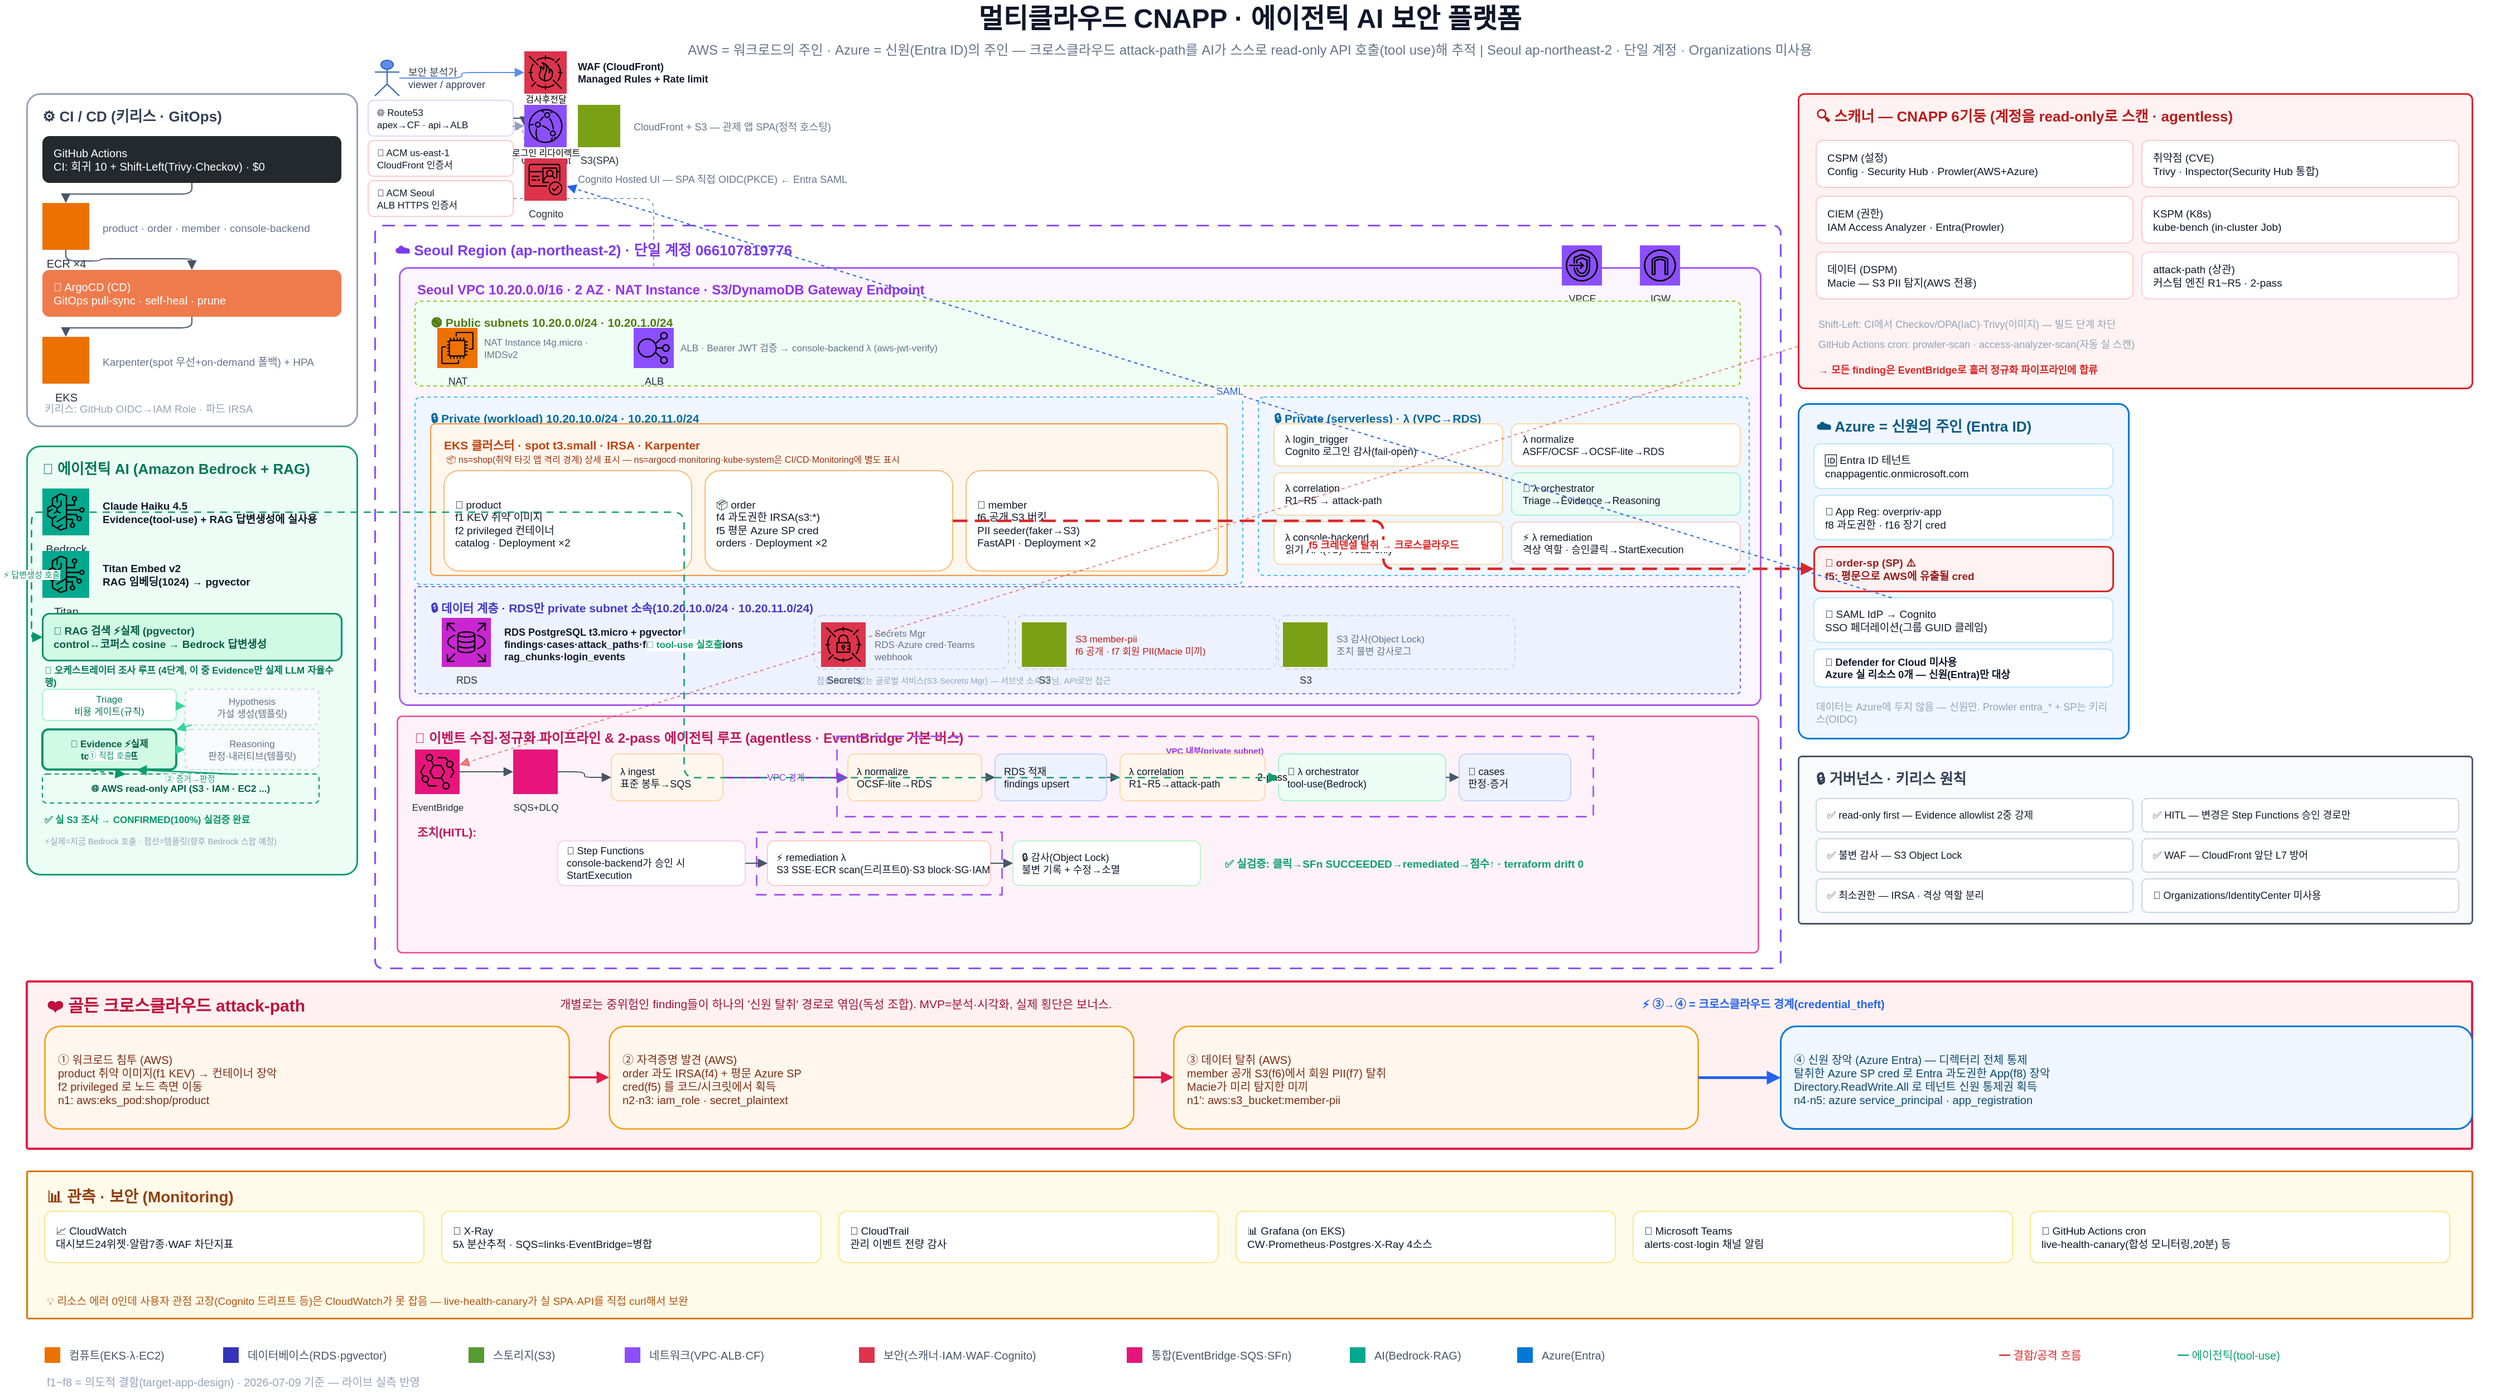
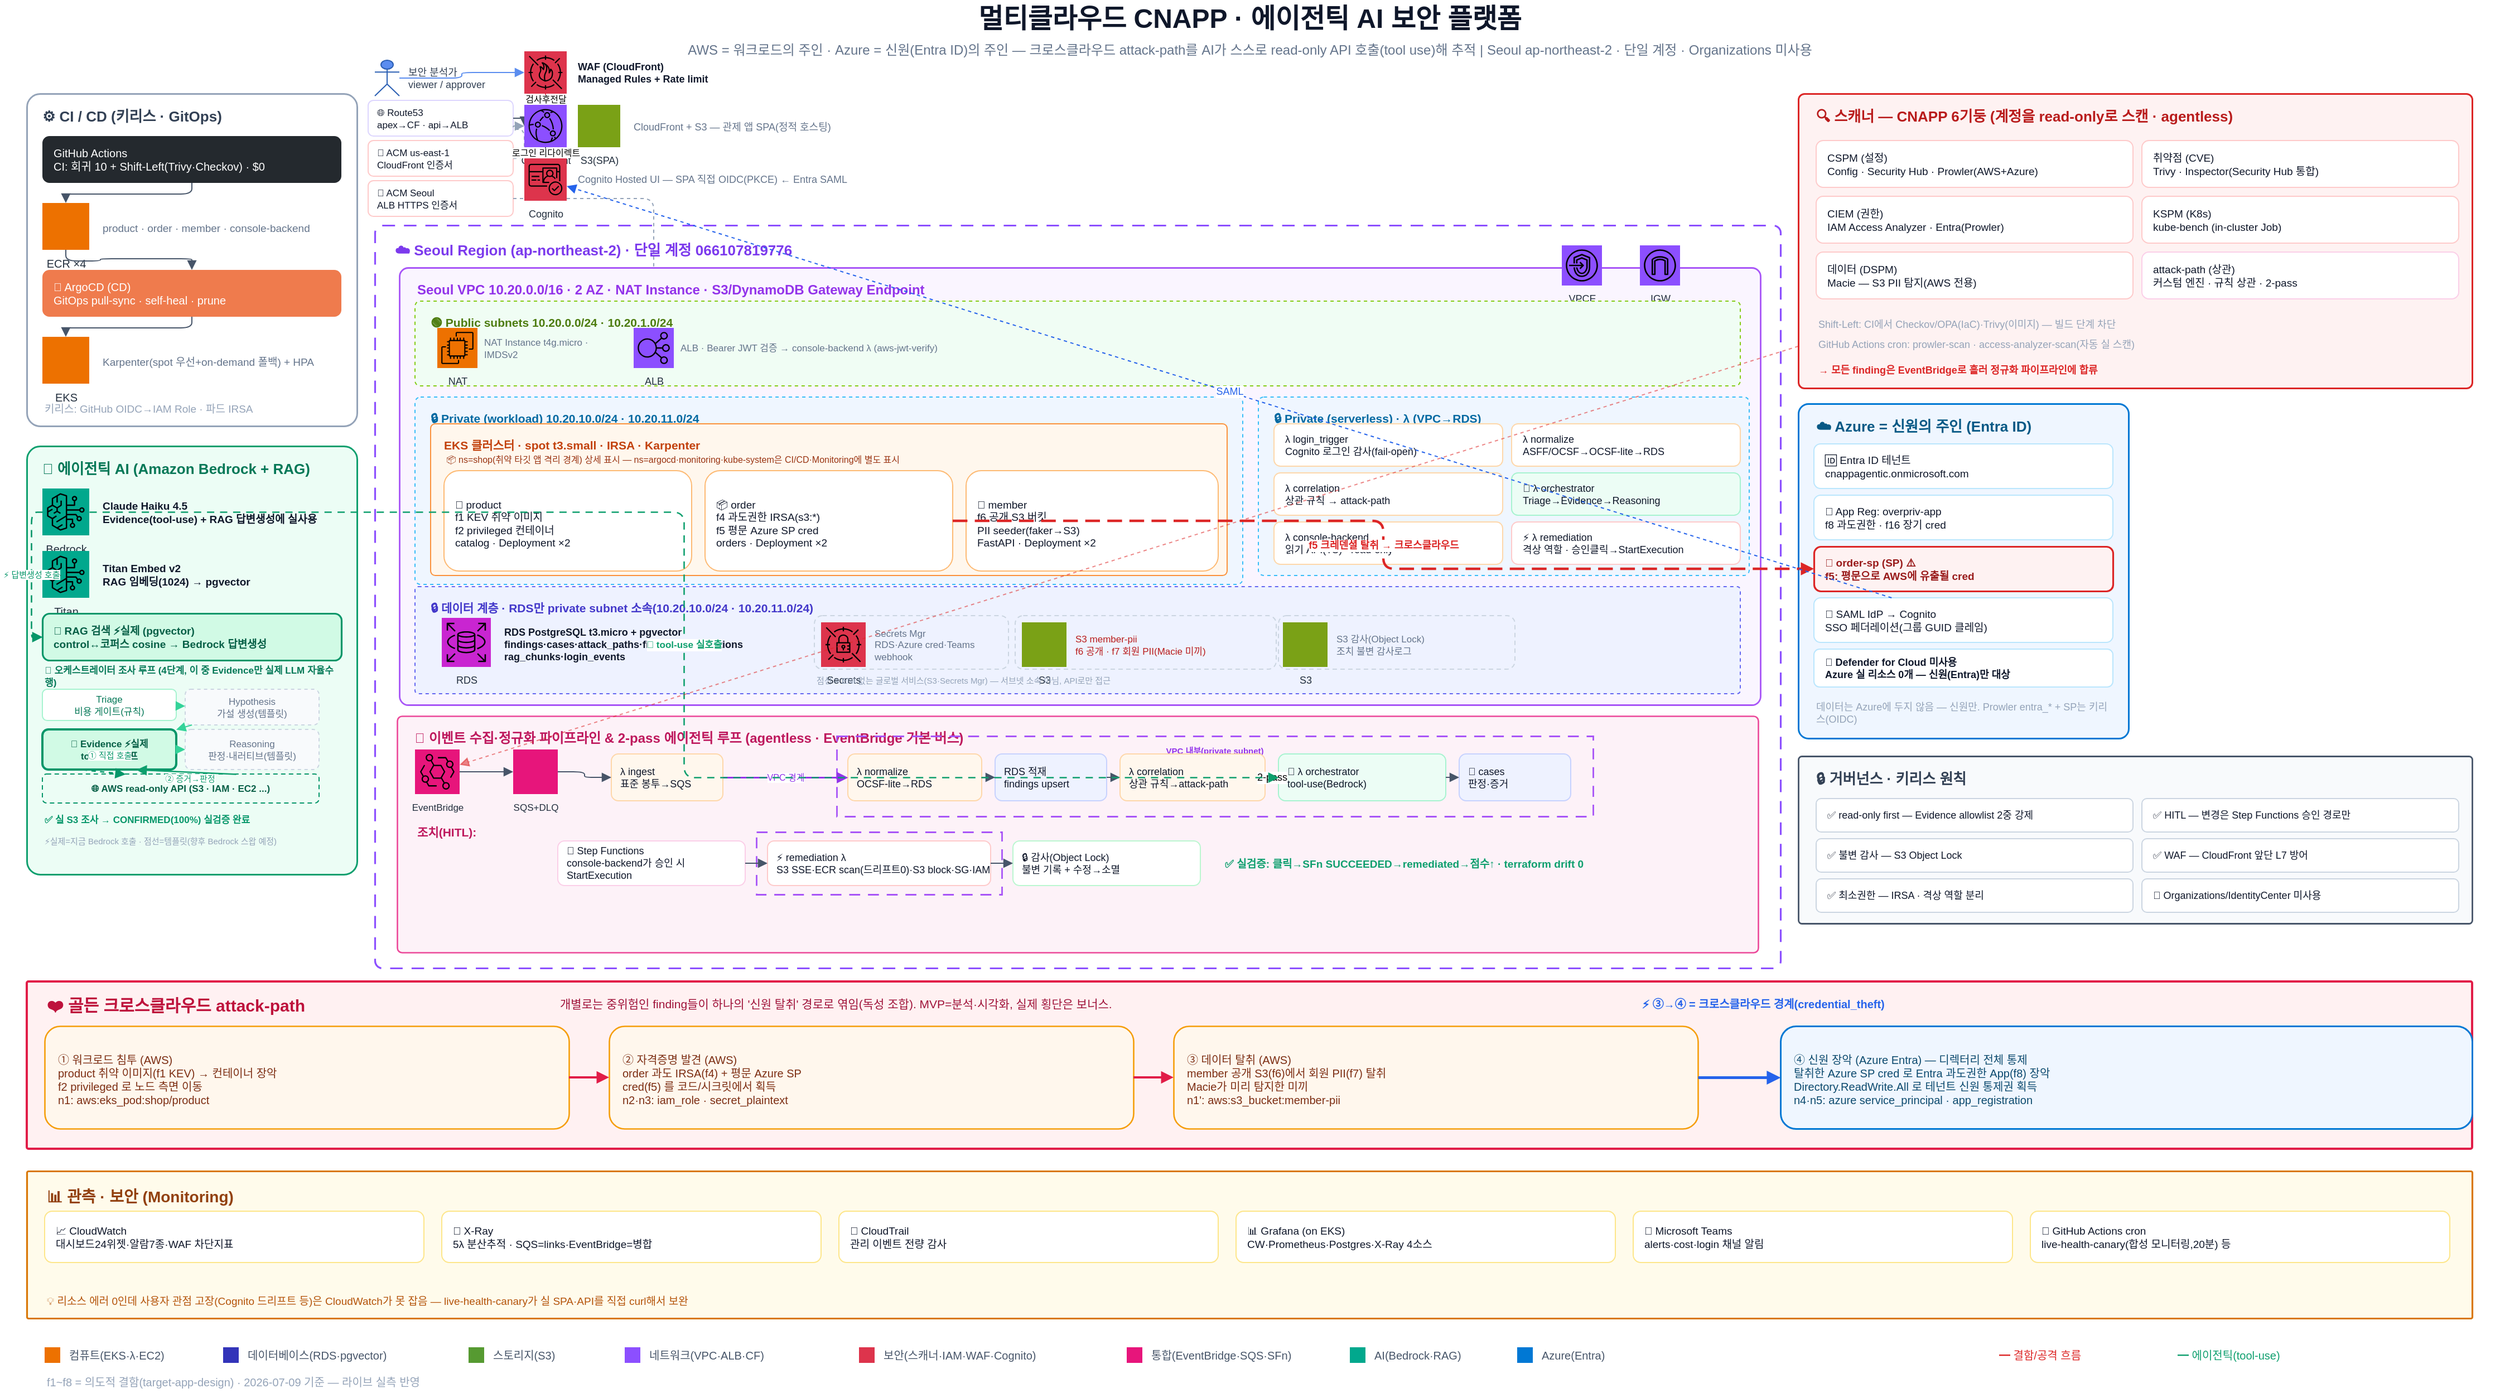
<mxfile host="Electron" agent="claude-code">
  <diagram id="cnapp-overview-v2" name="CNAPP 전체 개요">
    <mxGraphModel dx="544" dy="323" grid="1" gridSize="10" guides="1" tooltips="1" connect="1" arrows="1" fold="1" page="1" pageScale="1" pageWidth="2240" pageHeight="1260" math="0" shadow="0">
      <root>
        <mxCell id="0" />
        <mxCell id="1" parent="0" />
        <mxCell id="title" parent="1" style="text;html=1;fontSize=24;fontStyle=1;align=center;verticalAlign=middle;fontColor=#0F172A;" value="멀티클라우드 CNAPP · 에이전틱 AI 보안 플랫폼" vertex="1">
          <mxGeometry height="34" width="2240" y="4" as="geometry" />
        </mxCell>
        <mxCell id="subtitle" parent="1" style="text;html=1;fontSize=12;align=center;verticalAlign=middle;fontColor=#64748B;" value="AWS = 워크로드의 주인 · Azure = 신원(Entra ID)의 주인 — 크로스클라우드 attack-path를 AI가 스스로 read-only API 호출(tool use)해 추적 | Seoul ap-northeast-2 · 단일 계정 · Organizations 미사용" vertex="1">
          <mxGeometry height="22" width="2240" y="38" as="geometry" />
        </mxCell>
        <mxCell id="Z_CICD" parent="1" style="rounded=1;arcSize=4;whiteSpace=wrap;html=1;fillColor=#FFFFFF;strokeColor=#94A3B8;strokeWidth=1.5;verticalAlign=top;align=left;spacingLeft=12;spacingTop=6;fontStyle=1;fontSize=13;fontColor=#334155;" value="⚙️ CI / CD  (키리스 · GitOps)" vertex="1">
          <mxGeometry height="298" width="296" x="24" y="88" as="geometry" />
        </mxCell>
        <mxCell id="GHA" parent="1" style="rounded=1;whiteSpace=wrap;html=1;fillColor=#24292E;strokeColor=none;fontColor=#FFFFFF;fontSize=10;align=left;spacingLeft=8;" value="GitHub Actions&#xa;CI: 회귀 10 + Shift-Left(Trivy·Checkov) · $0" vertex="1">
          <mxGeometry height="42" width="268" x="38" y="126" as="geometry" />
        </mxCell>
        <mxCell id="ECR" parent="1" style="sketch=0;outlineConnect=0;fontColor=#232F3E;gradientColor=none;fillColor=#ED7100;strokeColor=none;verticalLabelPosition=bottom;verticalAlign=top;align=center;html=1;fontSize=10;aspect=fixed;shape=mxgraph.aws4.resourceIcon;resIcon=mxgraph.aws4.elastic_container_registry;" value="ECR ×4" vertex="1">
          <mxGeometry height="42" width="42" x="38" y="186" as="geometry" />
        </mxCell>
        <mxCell id="ECR_TXT" parent="1" style="text;html=1;whiteSpace=wrap;align=left;verticalAlign=middle;fontSize=9.5;fontColor=#64748B;" value="product · order · member · console-backend" vertex="1">
          <mxGeometry height="24" width="216" x="90" y="196" as="geometry" />
        </mxCell>
        <mxCell id="ARGO" parent="1" style="rounded=1;whiteSpace=wrap;html=1;fillColor=#EF7B4D;strokeColor=none;fontColor=#FFFFFF;fontSize=10;align=left;spacingLeft=8;" value="🚢 ArgoCD (CD)&#xa;GitOps pull-sync · self-heal · prune" vertex="1">
          <mxGeometry height="42" width="268" x="38" y="246" as="geometry" />
        </mxCell>
        <mxCell id="EKS" parent="1" style="sketch=0;outlineConnect=0;fontColor=#232F3E;gradientColor=none;fillColor=#ED7100;strokeColor=none;verticalLabelPosition=bottom;verticalAlign=top;align=center;html=1;fontSize=10;aspect=fixed;shape=mxgraph.aws4.resourceIcon;resIcon=mxgraph.aws4.elastic_kubernetes_service;" value="EKS" vertex="1">
          <mxGeometry height="42" width="42" x="38" y="306" as="geometry" />
        </mxCell>
        <mxCell id="EKS_TXT" parent="1" style="text;html=1;whiteSpace=wrap;align=left;verticalAlign=middle;fontSize=9.5;fontColor=#64748B;" value="Karpenter(spot 우선+on-demand 폴백) + HPA" vertex="1">
          <mxGeometry height="24" width="216" x="90" y="316" as="geometry" />
        </mxCell>
        <mxCell id="CICD_NOTE" parent="1" style="text;html=1;whiteSpace=wrap;align=left;verticalAlign=middle;fontSize=9.5;fontColor=#94A3B8;" value="키리스: GitHub OIDC→IAM Role · 파드 IRSA" vertex="1">
          <mxGeometry height="20" width="268" x="38" y="360" as="geometry" />
        </mxCell>
        <mxCell id="e_c1" edge="1" parent="1" source="GHA" style="edgeStyle=orthogonalEdgeStyle;rounded=1;html=1;endArrow=block;strokeColor=#475569;" target="ECR">
          <mxGeometry relative="1" as="geometry" />
        </mxCell>
        <mxCell id="e_c2" edge="1" parent="1" source="ECR" style="edgeStyle=orthogonalEdgeStyle;rounded=1;html=1;endArrow=block;strokeColor=#475569;" target="ARGO">
          <mxGeometry relative="1" as="geometry" />
        </mxCell>
        <mxCell id="e_c3" edge="1" parent="1" source="ARGO" style="edgeStyle=orthogonalEdgeStyle;rounded=1;html=1;endArrow=block;strokeColor=#475569;" target="EKS">
          <mxGeometry relative="1" as="geometry" />
        </mxCell>
        <mxCell id="Z_AI" parent="1" style="rounded=1;arcSize=4;whiteSpace=wrap;html=1;fillColor=#ECFDF5;strokeColor=#0E9F6E;strokeWidth=1.5;verticalAlign=top;align=left;spacingLeft=12;spacingTop=6;fontStyle=1;fontSize=13;fontColor=#047857;" value="🧠 에이전틱 AI  (Amazon Bedrock + RAG)" vertex="1">
          <mxGeometry height="384" width="296" x="24" y="404" as="geometry" />
        </mxCell>
        <mxCell id="BR" parent="1" style="sketch=0;outlineConnect=0;fontColor=#232F3E;gradientColor=none;fillColor=#01A88D;strokeColor=none;verticalLabelPosition=bottom;verticalAlign=top;align=center;html=1;fontSize=10;aspect=fixed;shape=mxgraph.aws4.resourceIcon;resIcon=mxgraph.aws4.bedrock;" value="Bedrock" vertex="1">
          <mxGeometry height="42" width="42" x="38" y="442" as="geometry" />
        </mxCell>
        <mxCell id="BR_TXT" parent="1" style="text;html=1;whiteSpace=wrap;align=left;verticalAlign=middle;fontSize=9.5;fontColor=#0F172A;fontStyle=1;" value="Claude Haiku 4.5&#xa;Evidence(tool-use) + RAG 답변생성에 실사용" vertex="1">
          <mxGeometry height="46" width="216" x="90" y="440" as="geometry" />
        </mxCell>
        <mxCell id="TITAN" parent="1" style="sketch=0;outlineConnect=0;fontColor=#232F3E;gradientColor=none;fillColor=#01A88D;strokeColor=none;verticalLabelPosition=bottom;verticalAlign=top;align=center;html=1;fontSize=10;aspect=fixed;shape=mxgraph.aws4.resourceIcon;resIcon=mxgraph.aws4.bedrock;" value="Titan" vertex="1">
          <mxGeometry height="42" width="42" x="38" y="498" as="geometry" />
        </mxCell>
        <mxCell id="TITAN_TXT" parent="1" style="text;html=1;whiteSpace=wrap;align=left;verticalAlign=middle;fontSize=9.5;fontColor=#0F172A;fontStyle=1;" value="Titan Embed v2&#xa;RAG 임베딩(1024) → pgvector" vertex="1">
          <mxGeometry height="38" width="216" x="90" y="500" as="geometry" />
        </mxCell>
        <mxCell id="RAGBOX" parent="1" style="rounded=1;whiteSpace=wrap;html=1;fillColor=#D1FAE5;strokeColor=#059669;strokeWidth=1.6;fontColor=#065F46;fontStyle=1;fontSize=9.5;align=left;spacingLeft=8;" value="🔎 RAG 검색 ⚡실제 (pgvector)&#xa;control↔코퍼스 cosine → Bedrock 답변생성" vertex="1">
          <mxGeometry height="42" width="268" x="38" y="554" as="geometry" />
        </mxCell>
        <mxCell id="AI_LOOP_TITLE" parent="1" style="text;html=1;whiteSpace=wrap;align=left;verticalAlign=middle;fontSize=8.5;fontStyle=1;fontColor=#047857;" value="🔁 오케스트레이터 조사 루프 (4단계, 이 중 Evidence만 실제 LLM 자율수행)" vertex="1">
          <mxGeometry height="16" width="268" x="38" y="602" as="geometry" />
        </mxCell>
        <mxCell id="AI_TRIAGE" parent="1" style="rounded=1;whiteSpace=wrap;html=1;fillColor=#FFFFFF;strokeColor=#A7F3D0;fontColor=#047857;fontSize=8.5;align=center;verticalAlign=middle;" value="Triage&#xa;비용 게이트(규칙)" vertex="1">
          <mxGeometry height="28" width="120" x="38" y="622" as="geometry" />
        </mxCell>
        <mxCell id="AI_HYPO" parent="1" style="rounded=1;whiteSpace=wrap;html=1;fillColor=#F8FAFC;strokeColor=#CBD5E1;dashed=1;fontColor=#64748B;fontSize=8.5;align=center;verticalAlign=middle;" value="Hypothesis&#xa;가설 생성(템플릿)" vertex="1">
          <mxGeometry height="32" width="120" x="166" y="622" as="geometry" />
        </mxCell>
        <mxCell id="AI_EVID" parent="1" style="rounded=1;whiteSpace=wrap;html=1;fillColor=#D1FAE5;strokeColor=#059669;strokeWidth=2;fontStyle=1;fontColor=#065F46;fontSize=8.5;align=center;verticalAlign=middle;" value="🔧 Evidence ⚡실제&#xa;tool-use 루프" vertex="1">
          <mxGeometry height="36" width="120" x="38" y="658" as="geometry" />
        </mxCell>
        <mxCell id="AI_REASON" parent="1" style="rounded=1;whiteSpace=wrap;html=1;fillColor=#F8FAFC;strokeColor=#CBD5E1;dashed=1;fontColor=#64748B;fontSize=8.5;align=center;verticalAlign=middle;" value="Reasoning&#xa;판정·내러티브(템플릿)" vertex="1">
          <mxGeometry height="36" width="120" x="166" y="658" as="geometry" />
        </mxCell>
        <mxCell id="e_loop1" edge="1" parent="1" source="AI_TRIAGE" style="edgeStyle=none;rounded=0;html=1;endArrow=block;strokeColor=#34D399;strokeWidth=1;" target="AI_HYPO">
          <mxGeometry relative="1" as="geometry" />
        </mxCell>
        <mxCell id="e_loop2" edge="1" parent="1" source="AI_HYPO" style="edgeStyle=none;rounded=0;html=1;endArrow=block;strokeColor=#34D399;strokeWidth=1;" target="AI_EVID">
          <mxGeometry relative="1" as="geometry" />
        </mxCell>
        <mxCell id="e_loop3" edge="1" parent="1" source="AI_EVID" style="edgeStyle=none;rounded=0;html=1;endArrow=block;strokeColor=#34D399;strokeWidth=1;" target="AI_REASON">
          <mxGeometry relative="1" as="geometry" />
        </mxCell>
        <mxCell id="AI_TOOLTARGET" parent="1" style="rounded=1;whiteSpace=wrap;html=1;fillColor=#ECFDF5;strokeColor=#059669;dashed=1;dashPattern=4 3;fontStyle=1;fontColor=#065F46;fontSize=8.5;align=center;verticalAlign=middle;" value="🌐 AWS read-only API (S3 · IAM · EC2 ...)" vertex="1">
          <mxGeometry height="26" width="248" x="38" y="698" as="geometry" />
        </mxCell>
        <mxCell id="e_toolcall" edge="1" parent="1" source="AI_EVID" style="edgeStyle=none;curved=1;rounded=0;html=1;endArrow=block;dashed=1;strokeColor=#059669;strokeWidth=1.3;fontSize=7.5;fontColor=#059669;exitX=0.3;exitY=1;exitDx=0;exitDy=0;entryX=0.3;entryY=0;entryDx=0;entryDy=0;" target="AI_TOOLTARGET" value="① 직접 호출">
          <mxGeometry relative="1" x="0.1938" y="15" as="geometry">
            <mxPoint as="offset" />
          </mxGeometry>
        </mxCell>
        <mxCell id="e_toolback" edge="1" parent="1" source="AI_TOOLTARGET" style="edgeStyle=none;curved=1;rounded=0;html=1;endArrow=block;strokeColor=#0E9F6E;strokeWidth=1.3;fontSize=7.5;fontColor=#0E9F6E;exitX=0.7;exitY=0;exitDx=0;exitDy=0;entryX=0.7;entryY=1;entryDx=0;entryDy=0;" target="AI_EVID" value="② 증거→판정">
          <mxGeometry relative="1" x="-0.0827" y="6" as="geometry">
            <mxPoint as="offset" />
          </mxGeometry>
        </mxCell>
        <mxCell id="AI_VALID" parent="1" style="text;html=1;whiteSpace=wrap;align=left;verticalAlign=middle;fontSize=8.5;fontStyle=1;fontColor=#059669;" value="✅ 실 S3 조사 → CONFIRMED(100%) 실검증 완료" vertex="1">
          <mxGeometry height="18" width="268" x="38" y="730" as="geometry" />
        </mxCell>
        <mxCell id="AI_LEGEND" parent="1" style="text;html=1;whiteSpace=wrap;align=left;verticalAlign=middle;fontSize=7.5;fontColor=#94A3B8;" value="⚡실제=지금 Bedrock 호출 · 점선=템플릿(향후 Bedrock 스왑 예정)" vertex="1">
          <mxGeometry height="16" width="268" x="38" y="750" as="geometry" />
        </mxCell>
        <mxCell id="e_br_rag" edge="1" parent="1" source="BR" target="RAGBOX" value="⚡ 답변생성 호출" style="edgeStyle=orthogonalEdgeStyle;rounded=1;html=1;endArrow=block;dashed=1;dashPattern=5 4;strokeColor=#059669;strokeWidth=1.3;fontSize=7.5;fontColor=#059669;exitX=0;exitY=0.5;exitDx=0;exitDy=0;entryX=0;entryY=0.5;entryDx=0;entryDy=0;">
          <mxGeometry relative="1" as="geometry" />
        </mxCell>
        <mxCell id="USER" parent="1" style="shape=umlActor;html=1;outlineConnect=0;fillColor=#5B8DEF;strokeColor=#2B5FB3;" value="" vertex="1">
          <mxGeometry height="32" width="22" x="336" y="58" as="geometry" />
        </mxCell>
        <mxCell id="USER_TXT" parent="1" style="text;html=1;whiteSpace=wrap;align=left;verticalAlign=middle;fontSize=9;fontColor=#334155;" value="보안 분석가&#xa;viewer / approver" vertex="1">
          <mxGeometry height="32" width="100" x="364" y="58" as="geometry" />
        </mxCell>
        <mxCell id="ROUTE53" parent="1" style="rounded=1;whiteSpace=wrap;html=1;fillColor=#FFFFFF;strokeColor=#DDD6FE;fontColor=#0F172A;fontSize=8.5;align=left;spacingLeft=6;verticalAlign=middle;" value="🌐 Route53&#xa;apex→CF · api→ALB" vertex="1">
          <mxGeometry height="32" width="130" x="330" y="94" as="geometry" />
        </mxCell>
        <mxCell id="ACM_CF" parent="1" style="rounded=1;whiteSpace=wrap;html=1;fillColor=#FFFFFF;strokeColor=#FECACA;fontColor=#0F172A;fontSize=8.5;align=left;spacingLeft=6;verticalAlign=middle;" value="📜 ACM us-east-1&#xa;CloudFront 인증서" vertex="1">
          <mxGeometry height="32" width="130" x="330" y="130" as="geometry" />
        </mxCell>
        <mxCell id="ACM_ALB" parent="1" style="rounded=1;whiteSpace=wrap;html=1;fillColor=#FFFFFF;strokeColor=#FECACA;fontColor=#0F172A;fontSize=8.5;align=left;spacingLeft=6;verticalAlign=middle;" value="📜 ACM Seoul&#xa;ALB HTTPS 인증서" vertex="1">
          <mxGeometry height="32" width="130" x="330" y="166" as="geometry" />
        </mxCell>
        <mxCell id="e_r53_cf" edge="1" parent="1" source="ROUTE53" style="edgeStyle=orthogonalEdgeStyle;rounded=1;html=1;endArrow=block;strokeColor=#475569;" target="CF">
          <mxGeometry relative="1" as="geometry" />
        </mxCell>
        <mxCell id="e_acmcf_cf" edge="1" parent="1" source="ACM_CF" style="edgeStyle=orthogonalEdgeStyle;rounded=1;html=1;endArrow=block;dashed=1;strokeColor=#94A3B8;" target="CF">
          <mxGeometry relative="1" as="geometry" />
        </mxCell>
        <mxCell id="e_acmalb_alb" edge="1" parent="1" source="ACM_ALB" style="edgeStyle=orthogonalEdgeStyle;rounded=1;html=1;endArrow=block;dashed=1;strokeColor=#94A3B8;" target="ALB">
          <mxGeometry relative="1" as="geometry" />
        </mxCell>
        <mxCell id="WAF" parent="1" style="sketch=0;outlineConnect=0;fontColor=#232F3E;gradientColor=none;fillColor=#DD344C;strokeColor=none;verticalLabelPosition=bottom;verticalAlign=top;align=center;html=1;fontSize=9;aspect=fixed;shape=mxgraph.aws4.resourceIcon;resIcon=mxgraph.aws4.waf;" value="WAF" vertex="1">
          <mxGeometry height="38" width="38" x="470" y="50" as="geometry" />
        </mxCell>
        <mxCell id="WAF_TXT" parent="1" style="text;html=1;whiteSpace=wrap;align=left;verticalAlign=middle;fontSize=9;fontColor=#0F172A;fontStyle=1;" value="WAF (CloudFront)&#xa;Managed Rules + Rate limit" vertex="1">
          <mxGeometry height="34" width="180" x="516" y="52" as="geometry" />
        </mxCell>
        <mxCell id="CF" parent="1" style="sketch=0;outlineConnect=0;fontColor=#232F3E;gradientColor=none;fillColor=#8C4FFF;strokeColor=none;verticalLabelPosition=bottom;verticalAlign=top;align=center;html=1;fontSize=9;aspect=fixed;shape=mxgraph.aws4.resourceIcon;resIcon=mxgraph.aws4.cloudfront;" value="CloudFront" vertex="1">
          <mxGeometry height="38" width="38" x="470" y="98" as="geometry" />
        </mxCell>
        <mxCell id="SPA" parent="1" style="sketch=0;outlineConnect=0;fontColor=#232F3E;gradientColor=none;fillColor=#7AA116;strokeColor=none;verticalLabelPosition=bottom;verticalAlign=top;align=center;html=1;fontSize=9;aspect=fixed;shape=mxgraph.aws4.resourceIcon;resIcon=mxgraph.aws4.simple_storage_service;" value="S3(SPA)" vertex="1">
          <mxGeometry height="38" width="38" x="518" y="98" as="geometry" />
        </mxCell>
        <mxCell id="CF_TXT" parent="1" style="text;html=1;whiteSpace=wrap;align=left;verticalAlign=middle;fontSize=9;fontColor=#64748B;" value="CloudFront + S3 — 관제 앱 SPA(정적 호스팅)" vertex="1">
          <mxGeometry height="24" width="200" x="566" y="106" as="geometry" />
        </mxCell>
        <mxCell id="COG" parent="1" style="sketch=0;outlineConnect=0;fontColor=#232F3E;gradientColor=none;fillColor=#DD344C;strokeColor=none;verticalLabelPosition=bottom;verticalAlign=top;align=center;html=1;fontSize=9;aspect=fixed;shape=mxgraph.aws4.resourceIcon;resIcon=mxgraph.aws4.cognito;" value="Cognito" vertex="1">
          <mxGeometry height="38" width="38" x="470" y="146" as="geometry" />
        </mxCell>
        <mxCell id="COG_TXT" parent="1" style="text;html=1;whiteSpace=wrap;align=left;verticalAlign=middle;fontSize=9;fontColor=#64748B;" value="Cognito Hosted UI — SPA 직접 OIDC(PKCE) ← Entra SAML" vertex="1">
          <mxGeometry height="38" width="250" x="516" y="146" as="geometry" />
        </mxCell>
        <mxCell id="e_u1" edge="1" parent="1" source="USER" style="edgeStyle=orthogonalEdgeStyle;rounded=1;html=1;endArrow=block;strokeColor=#5B8DEF;fontSize=9;" target="WAF">
          <mxGeometry relative="1" as="geometry" />
        </mxCell>
        <mxCell id="e_u2" edge="1" parent="1" source="WAF" style="edgeStyle=orthogonalEdgeStyle;rounded=1;html=1;endArrow=block;strokeColor=#DD344C;fontSize=8;" target="CF" value="검사후전달">
          <mxGeometry relative="1" as="geometry" />
        </mxCell>
        <mxCell id="e_u3" edge="1" parent="1" source="CF" style="edgeStyle=orthogonalEdgeStyle;rounded=1;html=1;endArrow=block;strokeColor=#475569;fontSize=8;" target="COG" value="로그인 리다이렉트">
          <mxGeometry relative="1" as="geometry" />
        </mxCell>
        <mxCell id="Z_REGION" parent="1" style="rounded=1;arcSize=1;whiteSpace=wrap;html=1;fillColor=none;strokeColor=#8C4FFF;strokeWidth=1.6;dashed=1;dashPattern=7 5;verticalAlign=top;align=left;spacingLeft=16;spacingTop=8;fontStyle=1;fontSize=13;fontColor=#7C3AED;" value="☁️ Seoul Region (ap-northeast-2) · 단일 계정 066107819776" vertex="1">
          <mxGeometry height="666" width="1260" x="336" y="206" as="geometry" />
        </mxCell>
        <mxCell id="Z_VPC" parent="1" style="rounded=1;arcSize=2;whiteSpace=wrap;html=1;fillColor=#FAF5FF;strokeColor=#A855F7;strokeWidth=1.4;verticalAlign=top;align=left;spacingLeft=14;spacingTop=6;fontStyle=1;fontSize=12;fontColor=#9333EA;" value="Seoul VPC 10.20.0.0/16 · 2 AZ · NAT Instance · S3/DynamoDB Gateway Endpoint" vertex="1">
          <mxGeometry height="392" width="1220" x="358" y="244" as="geometry" />
        </mxCell>
        <mxCell id="VPCE" parent="1" style="sketch=0;outlineConnect=0;fontColor=#232F3E;gradientColor=none;fillColor=#8C4FFF;strokeColor=none;verticalLabelPosition=bottom;verticalAlign=top;align=center;html=1;fontSize=9;aspect=fixed;shape=mxgraph.aws4.resourceIcon;resIcon=mxgraph.aws4.endpoints;" value="VPCE" vertex="1">
          <mxGeometry height="36" width="36" x="1400" y="224" as="geometry" />
        </mxCell>
        <mxCell id="IGW" parent="1" style="sketch=0;outlineConnect=0;fontColor=#232F3E;gradientColor=none;fillColor=#8C4FFF;strokeColor=none;verticalLabelPosition=bottom;verticalAlign=top;align=center;html=1;fontSize=9;aspect=fixed;shape=mxgraph.aws4.resourceIcon;resIcon=mxgraph.aws4.internet_gateway;" value="IGW" vertex="1">
          <mxGeometry height="36" width="36" x="1470" y="224" as="geometry" />
        </mxCell>
        <mxCell id="Z_PUB" parent="1" style="rounded=1;arcSize=6;whiteSpace=wrap;html=1;fillColor=#F0FDF4;strokeColor=#84CC16;dashed=1;verticalAlign=top;align=left;spacingLeft=12;spacingTop=6;fontStyle=1;fontSize=10.5;fontColor=#4D7C0F;" value="🟢 Public subnets  10.20.0.0/24 · 10.20.1.0/24" vertex="1">
          <mxGeometry height="76" width="1188" x="372" y="274" as="geometry" />
        </mxCell>
        <mxCell id="NAT" parent="1" style="sketch=0;outlineConnect=0;fontColor=#232F3E;gradientColor=none;fillColor=#ED7100;strokeColor=none;verticalLabelPosition=bottom;verticalAlign=top;align=center;html=1;fontSize=9;aspect=fixed;shape=mxgraph.aws4.resourceIcon;resIcon=mxgraph.aws4.ec2;" value="NAT" vertex="1">
          <mxGeometry height="36" width="36" x="392" y="298" as="geometry" />
        </mxCell>
        <mxCell id="NAT_TXT" parent="1" style="text;html=1;whiteSpace=wrap;align=left;verticalAlign=middle;fontSize=8.5;fontColor=#64748B;" value="NAT Instance t4g.micro · IMDSv2" vertex="1">
          <mxGeometry height="24" width="120" x="432" y="304" as="geometry" />
        </mxCell>
        <mxCell id="ALB" parent="1" style="sketch=0;outlineConnect=0;fontColor=#232F3E;gradientColor=none;fillColor=#8C4FFF;strokeColor=none;verticalLabelPosition=bottom;verticalAlign=top;align=center;html=1;fontSize=9;aspect=fixed;shape=mxgraph.aws4.resourceIcon;resIcon=mxgraph.aws4.elastic_load_balancing;" value="ALB" vertex="1">
          <mxGeometry height="36" width="36" x="568" y="298" as="geometry" />
        </mxCell>
        <mxCell id="ALB_TXT" parent="1" style="text;html=1;whiteSpace=wrap;align=left;verticalAlign=middle;fontSize=8.5;fontColor=#64748B;" value="ALB · Bearer JWT 검증 → console-backend λ (aws-jwt-verify)" vertex="1">
          <mxGeometry height="36" width="240" x="608" y="298" as="geometry" />
        </mxCell>
        <mxCell id="Z_WORK" parent="1" style="rounded=1;arcSize=3;whiteSpace=wrap;html=1;fillColor=#EFF6FF;strokeColor=#38BDF8;dashed=1;verticalAlign=top;align=left;spacingLeft=12;spacingTop=6;fontStyle=1;fontSize=10.5;fontColor=#0369A1;" value="🔒 Private (workload) 10.20.10.0/24 · 10.20.11.0/24" vertex="1">
          <mxGeometry height="168" width="742" x="372" y="360" as="geometry" />
        </mxCell>
        <mxCell id="Z_EKS2" parent="1" style="rounded=1;arcSize=3;whiteSpace=wrap;html=1;fillColor=#FFF7ED;strokeColor=#FB923C;verticalAlign=top;align=left;spacingLeft=10;spacingTop=6;fontStyle=1;fontSize=10.5;fontColor=#C2410C;" value="EKS 클러스터 · spot t3.small · IRSA · Karpenter" vertex="1">
          <mxGeometry height="136" width="714" x="386" y="384" as="geometry" />
        </mxCell>
        <mxCell id="EKS_NS_NOTE" parent="1" style="text;html=1;whiteSpace=wrap;align=left;verticalAlign=middle;fontSize=8;fontColor=#9A3412;" value="📦 ns=shop(취약 타깃 앱 격리 경계) 상세 표시 — ns=argocd·monitoring·kube-system은 CI/CD·Monitoring에 별도 표시" vertex="1">
          <mxGeometry height="16" width="690" x="398" y="408" as="geometry" />
        </mxCell>
        <mxCell id="POD_PRODUCT" parent="1" style="rounded=1;whiteSpace=wrap;html=1;fillColor=#FFFFFF;strokeColor=#FDBA74;fontColor=#0F172A;fontSize=9.5;align=left;spacingLeft=8;spacingTop=4;" value="🛒 product&#xa;f1 KEV 취약 이미지&#xa;f2 privileged 컨테이너&#xa;catalog · Deployment ×2" vertex="1">
          <mxGeometry height="90" width="222" x="398" y="426" as="geometry" />
        </mxCell>
        <mxCell id="POD_ORDER" parent="1" style="rounded=1;whiteSpace=wrap;html=1;fillColor=#FFFFFF;strokeColor=#FDBA74;fontColor=#0F172A;fontSize=9.5;align=left;spacingLeft=8;spacingTop=4;" value="📦 order&#xa;f4 과도권한 IRSA(s3:*)&#xa;f5 평문 Azure SP cred&#xa;orders · Deployment ×2" vertex="1">
          <mxGeometry height="90" width="222" x="632" y="426" as="geometry" />
        </mxCell>
        <mxCell id="POD_MEMBER" parent="1" style="rounded=1;whiteSpace=wrap;html=1;fillColor=#FFFFFF;strokeColor=#FDBA74;fontColor=#0F172A;fontSize=9.5;align=left;spacingLeft=8;spacingTop=4;" value="👤 member&#xa;f6 공개 S3 버킷&#xa;PII seeder(faker→S3)&#xa;FastAPI · Deployment ×2" vertex="1">
          <mxGeometry height="90" width="226" x="866" y="426" as="geometry" />
        </mxCell>
        <mxCell id="Z_SVLESS" parent="1" style="rounded=1;arcSize=3;whiteSpace=wrap;html=1;fillColor=#EFF6FF;strokeColor=#38BDF8;dashed=1;verticalAlign=top;align=left;spacingLeft=12;spacingTop=6;fontStyle=1;fontSize=10.5;fontColor=#0369A1;" value="🔒 Private (serverless) · λ (VPC→RDS)" vertex="1">
          <mxGeometry height="160" width="440" x="1128" y="360" as="geometry" />
        </mxCell>
        <mxCell id="L_INGEST" parent="1" style="rounded=1;whiteSpace=wrap;html=1;fillColor=#FFFFFF;strokeColor=#FED7AA;fontColor=#0F172A;fontSize=9;align=left;spacingLeft=8;" value="λ login_trigger&#xa;Cognito 로그인 감사(fail-open)" vertex="1">
          <mxGeometry height="38" width="205" x="1142" y="384" as="geometry" />
        </mxCell>
        <mxCell id="L_NORM" parent="1" style="rounded=1;whiteSpace=wrap;html=1;fillColor=#FFFFFF;strokeColor=#FED7AA;fontColor=#0F172A;fontSize=9;align=left;spacingLeft=8;" value="λ normalize&#xa;ASFF/OCSF→OCSF-lite→RDS" vertex="1">
          <mxGeometry height="38" width="205" x="1355" y="384" as="geometry" />
        </mxCell>
-         <mxCell id="L_CORR" parent="1" style="rounded=1;whiteSpace=wrap;html=1;fillColor=#FFFFFF;strokeColor=#FED7AA;fontColor=#0F172A;fontSize=9;align=left;spacingLeft=8;" value="λ correlation&#xa;R1~R5 → attack-path" vertex="1">
+         <mxCell id="L_CORR" parent="1" style="rounded=1;whiteSpace=wrap;html=1;fillColor=#FFFFFF;strokeColor=#FED7AA;fontColor=#0F172A;fontSize=9;align=left;spacingLeft=8;" value="λ correlation&#xa;상관 규칙 → attack-path" vertex="1">
          <mxGeometry height="38" width="205" x="1142" y="428" as="geometry" />
        </mxCell>
        <mxCell id="L_ORCH" parent="1" style="rounded=1;whiteSpace=wrap;html=1;fillColor=#ECFDF5;strokeColor=#A7F3D0;fontColor=#0F172A;fontSize=9;align=left;spacingLeft=8;" value="🧠 λ orchestrator&#xa;Triage→Evidence→Reasoning" vertex="1">
          <mxGeometry height="38" width="205" x="1355" y="428" as="geometry" />
        </mxCell>
        <mxCell id="L_CBACK" parent="1" style="rounded=1;whiteSpace=wrap;html=1;fillColor=#FFFFFF;strokeColor=#FED7AA;fontColor=#0F172A;fontSize=9;align=left;spacingLeft=8;" value="λ console-backend&#xa;읽기 API(TS) · read-only" vertex="1">
          <mxGeometry height="38" width="205" x="1142" y="472" as="geometry" />
        </mxCell>
        <mxCell id="L_REMED" parent="1" style="rounded=1;whiteSpace=wrap;html=1;fillColor=#FFFFFF;strokeColor=#FECACA;fontColor=#0F172A;fontSize=9;align=left;spacingLeft=8;" value="⚡ λ remediation&#xa;격상 역할 · 승인클릭→StartExecution" vertex="1">
          <mxGeometry height="38" width="205" x="1355" y="472" as="geometry" />
        </mxCell>
        <mxCell id="Z_DATA" parent="1" style="rounded=1;arcSize=3;whiteSpace=wrap;html=1;fillColor=#EEF2FF;strokeColor=#6366F1;dashed=1;verticalAlign=top;align=left;spacingLeft=12;spacingTop=6;fontStyle=1;fontSize=10.5;fontColor=#4338CA;" value="🔒 데이터 계층 · RDS만 private subnet 소속(10.20.10.0/24 · 10.20.11.0/24)" vertex="1">
          <mxGeometry height="96" width="1188" x="372" y="530" as="geometry" />
        </mxCell>
        <mxCell id="RDS" parent="1" style="sketch=0;outlineConnect=0;fontColor=#232F3E;gradientColor=none;fillColor=#C925D1;strokeColor=none;verticalLabelPosition=bottom;verticalAlign=top;align=center;html=1;fontSize=9;aspect=fixed;shape=mxgraph.aws4.resourceIcon;resIcon=mxgraph.aws4.rds;" value="RDS" vertex="1">
          <mxGeometry height="44" width="44" x="396" y="558" as="geometry" />
        </mxCell>
        <mxCell id="RDS_TXT" parent="1" style="text;html=1;whiteSpace=wrap;align=left;verticalAlign=middle;fontSize=9;fontColor=#0F172A;fontStyle=1;" value="RDS PostgreSQL t3.micro + pgvector&#xa;findings·cases·attack_paths·finding_explanations&#xa;rag_chunks·login_events" vertex="1">
          <mxGeometry height="56" width="266" x="450" y="554" as="geometry" />
        </mxCell>
        <mxCell id="SM_WRAP" parent="1" style="rounded=1;whiteSpace=wrap;html=1;fillColor=none;strokeColor=#CBD5E1;dashed=1;dashPattern=4 3;" value="" vertex="1">
          <mxGeometry height="48" width="174" x="730" y="556" as="geometry" />
        </mxCell>
        <mxCell id="SM" parent="1" style="sketch=0;outlineConnect=0;fontColor=#232F3E;gradientColor=none;fillColor=#DD344C;strokeColor=none;verticalLabelPosition=bottom;verticalAlign=top;align=center;html=1;fontSize=9;aspect=fixed;shape=mxgraph.aws4.resourceIcon;resIcon=mxgraph.aws4.secrets_manager;" value="Secrets" vertex="1">
          <mxGeometry height="40" width="40" x="736" y="562" as="geometry" />
        </mxCell>
        <mxCell id="SM_TXT" parent="1" style="text;html=1;whiteSpace=wrap;align=left;verticalAlign=middle;fontSize=8.5;fontColor=#64748B;" value="Secrets Mgr&#xa;RDS·Azure cred·Teams webhook" vertex="1">
          <mxGeometry height="32" width="120" x="782" y="566" as="geometry" />
        </mxCell>
        <mxCell id="S3PII_WRAP" parent="1" style="rounded=1;whiteSpace=wrap;html=1;fillColor=none;strokeColor=#CBD5E1;dashed=1;dashPattern=4 3;" value="" vertex="1">
          <mxGeometry height="48" width="234" x="910" y="556" as="geometry" />
        </mxCell>
        <mxCell id="S3PII" parent="1" style="sketch=0;outlineConnect=0;fontColor=#232F3E;gradientColor=none;fillColor=#7AA116;strokeColor=none;verticalLabelPosition=bottom;verticalAlign=top;align=center;html=1;fontSize=9;aspect=fixed;shape=mxgraph.aws4.resourceIcon;resIcon=mxgraph.aws4.simple_storage_service;" value="S3" vertex="1">
          <mxGeometry height="40" width="40" x="916" y="562" as="geometry" />
        </mxCell>
        <mxCell id="S3PII_TXT" parent="1" style="text;html=1;whiteSpace=wrap;align=left;verticalAlign=middle;fontSize=8.5;fontColor=#B91C1C;" value="S3 member-pii&#xa;f6 공개 · f7 회원 PII(Macie 미끼)" vertex="1">
          <mxGeometry height="32" width="180" x="962" y="566" as="geometry" />
        </mxCell>
        <mxCell id="S3AUDIT_WRAP" parent="1" style="rounded=1;whiteSpace=wrap;html=1;fillColor=none;strokeColor=#CBD5E1;dashed=1;dashPattern=4 3;" value="" vertex="1">
          <mxGeometry height="48" width="212" x="1146" y="556" as="geometry" />
        </mxCell>
        <mxCell id="S3AUDIT" parent="1" style="sketch=0;outlineConnect=0;fontColor=#232F3E;gradientColor=none;fillColor=#7AA116;strokeColor=none;verticalLabelPosition=bottom;verticalAlign=top;align=center;html=1;fontSize=9;aspect=fixed;shape=mxgraph.aws4.resourceIcon;resIcon=mxgraph.aws4.simple_storage_service;" value="S3" vertex="1">
          <mxGeometry height="40" width="40" x="1150" y="562" as="geometry" />
        </mxCell>
        <mxCell id="S3AUDIT_TXT" parent="1" style="text;html=1;whiteSpace=wrap;align=left;verticalAlign=middle;fontSize=8.5;fontColor=#64748B;" value="S3 감사(Object Lock)&#xa;조치 불변 감사로그" vertex="1">
          <mxGeometry height="32" width="160" x="1196" y="566" as="geometry" />
        </mxCell>
        <mxCell id="DATA_NOTE" parent="1" style="text;html=1;whiteSpace=wrap;align=left;verticalAlign=middle;fontSize=7.5;fontColor=#94A3B8;" value="점선 = ENI 없는 글로벌 서비스(S3·Secrets Mgr) — 서브넷 소속 아님, API로만 접근" vertex="1">
          <mxGeometry height="16" width="480" x="730" y="606" as="geometry" />
        </mxCell>
        <mxCell id="Z_PIPE" parent="1" style="rounded=1;arcSize=2;whiteSpace=wrap;html=1;fillColor=#FDF2F8;strokeColor=#EC4899;strokeWidth=1.3;verticalAlign=top;align=left;spacingLeft=14;spacingTop=6;fontStyle=1;fontSize=12;fontColor=#BE185D;" value="🔁 이벤트 수집·정규화 파이프라인 &amp; 2-pass 에이전틱 루프 (agentless · EventBridge 기본 버스)" vertex="1">
          <mxGeometry height="212" width="1220" x="356" y="646" as="geometry" />
        </mxCell>
        <mxCell id="PIPE_VPC_BOX" parent="1" style="rounded=0;whiteSpace=wrap;html=1;fillColor=none;strokeColor=#A855F7;strokeWidth=1.4;dashed=1;dashPattern=7 5;verticalAlign=top;align=center;fontSize=7.5;fontStyle=1;fontColor=#9333EA;spacingTop=2;" value="VPC 내부(private subnet)" vertex="1">
          <mxGeometry height="72" width="678" x="750" y="664" as="geometry" />
        </mxCell>
        <mxCell id="EB2" parent="1" style="sketch=0;outlineConnect=0;fontColor=#232F3E;gradientColor=none;fillColor=#E7157B;strokeColor=none;verticalLabelPosition=bottom;verticalAlign=top;align=center;html=1;fontSize=8.5;aspect=fixed;shape=mxgraph.aws4.resourceIcon;resIcon=mxgraph.aws4.eventbridge;" value="EventBridge" vertex="1">
          <mxGeometry height="40" width="40" x="372" y="676" as="geometry" />
        </mxCell>
        <mxCell id="SQS2" parent="1" style="sketch=0;outlineConnect=0;fontColor=#232F3E;gradientColor=none;fillColor=#E7157B;strokeColor=none;verticalLabelPosition=bottom;verticalAlign=top;align=center;html=1;fontSize=8.5;aspect=fixed;shape=mxgraph.aws4.resourceIcon;resIcon=mxgraph.aws4.simple_queue_service;" value="SQS+DLQ" vertex="1">
          <mxGeometry height="40" width="40" x="460" y="676" as="geometry" />
        </mxCell>
        <mxCell id="P_ING" parent="1" style="rounded=1;whiteSpace=wrap;html=1;fillColor=#FFF7ED;strokeColor=#FED7AA;fontColor=#0F172A;fontSize=9;align=left;spacingLeft=6;" value="λ ingest&#xa;표준 봉투→SQS" vertex="1">
          <mxGeometry height="42" width="100" x="548" y="680" as="geometry" />
        </mxCell>
        <mxCell id="P_NORM" parent="1" style="rounded=1;whiteSpace=wrap;html=1;fillColor=#FFF7ED;strokeColor=#FED7AA;fontColor=#0F172A;fontSize=9;align=left;spacingLeft=6;" value="λ normalize&#xa;OCSF-lite→RDS" vertex="1">
          <mxGeometry height="42" width="120" x="760" y="680" as="geometry" />
        </mxCell>
        <mxCell id="P_RDS" parent="1" style="rounded=1;whiteSpace=wrap;html=1;fillColor=#EEF2FF;strokeColor=#C7D2FE;fontColor=#0F172A;fontSize=9;align=left;spacingLeft=6;" value="RDS 적재&#xa;findings upsert" vertex="1">
          <mxGeometry height="42" width="100" x="892" y="680" as="geometry" />
        </mxCell>
-         <mxCell id="P_CORR" parent="1" style="rounded=1;whiteSpace=wrap;html=1;fillColor=#FFF7ED;strokeColor=#FED7AA;fontColor=#0F172A;fontSize=9;align=left;spacingLeft=6;" value="λ correlation&#xa;R1~R5→attack-path" vertex="1">
+         <mxCell id="P_CORR" parent="1" style="rounded=1;whiteSpace=wrap;html=1;fillColor=#FFF7ED;strokeColor=#FED7AA;fontColor=#0F172A;fontSize=9;align=left;spacingLeft=6;" value="λ correlation&#xa;상관 규칙→attack-path" vertex="1">
          <mxGeometry height="42" width="130" x="1004" y="680" as="geometry" />
        </mxCell>
        <mxCell id="P_ORCH" parent="1" style="rounded=1;whiteSpace=wrap;html=1;fillColor=#ECFDF5;strokeColor=#A7F3D0;fontColor=#0F172A;fontSize=9;align=left;spacingLeft=6;" value="🧠 λ orchestrator&#xa;tool-use(Bedrock)" vertex="1">
          <mxGeometry height="42" width="150" x="1146" y="680" as="geometry" />
        </mxCell>
        <mxCell id="P_CASES" parent="1" style="rounded=1;whiteSpace=wrap;html=1;fillColor=#EEF2FF;strokeColor=#C7D2FE;fontColor=#0F172A;fontSize=9;align=left;spacingLeft=6;" value="📁 cases&#xa;판정·증거" vertex="1">
          <mxGeometry height="42" width="100" x="1308" y="680" as="geometry" />
        </mxCell>
        <mxCell id="e_p1" edge="1" parent="1" source="EB2" style="edgeStyle=orthogonalEdgeStyle;rounded=1;html=1;endArrow=block;strokeColor=#475569;" target="SQS2">
          <mxGeometry relative="1" as="geometry" />
        </mxCell>
        <mxCell id="e_p2" edge="1" parent="1" source="SQS2" style="edgeStyle=orthogonalEdgeStyle;rounded=1;html=1;endArrow=block;strokeColor=#475569;" target="P_ING">
          <mxGeometry relative="1" as="geometry" />
        </mxCell>
        <mxCell id="e_p2b" edge="1" parent="1" source="P_ING" style="edgeStyle=orthogonalEdgeStyle;rounded=1;html=1;endArrow=block;strokeColor=#9333EA;strokeWidth=1.6;fontSize=8;fontColor=#9333EA;" target="P_NORM" value="VPC 경계">
          <mxGeometry relative="1" as="geometry" />
        </mxCell>
        <mxCell id="e_p3" edge="1" parent="1" source="P_NORM" style="edgeStyle=orthogonalEdgeStyle;rounded=1;html=1;endArrow=block;strokeColor=#475569;" target="P_RDS">
          <mxGeometry relative="1" as="geometry" />
        </mxCell>
        <mxCell id="e_p4" edge="1" parent="1" source="P_RDS" style="edgeStyle=orthogonalEdgeStyle;rounded=1;html=1;endArrow=block;strokeColor=#475569;" target="P_CORR">
          <mxGeometry relative="1" as="geometry" />
        </mxCell>
        <mxCell id="e_p5" edge="1" parent="1" source="P_CORR" style="edgeStyle=orthogonalEdgeStyle;rounded=1;html=1;endArrow=block;strokeColor=#0E9F6E;strokeWidth=1.5;fontSize=9;" target="P_ORCH" value="2-pass">
          <mxGeometry relative="1" as="geometry" />
        </mxCell>
        <mxCell id="e_p6" edge="1" parent="1" source="P_ORCH" style="edgeStyle=orthogonalEdgeStyle;rounded=1;html=1;endArrow=block;strokeColor=#475569;" target="P_CASES">
          <mxGeometry relative="1" as="geometry" />
        </mxCell>
        <mxCell id="e_ai_orch" edge="1" parent="1" source="BR" style="edgeStyle=orthogonalEdgeStyle;rounded=1;html=1;endArrow=block;dashed=1;dashPattern=5 4;strokeColor=#0E9F6E;strokeWidth=1.3;fontSize=8.5;fontColor=#0E9F6E;fontStyle=1;exitX=1;exitY=0.5;entryX=0;entryY=0.5;" target="P_ORCH" value="🧠 tool-use 실호출">
          <mxGeometry relative="1" as="geometry" />
        </mxCell>
        <mxCell id="HITL_LABEL" parent="1" style="text;html=1;whiteSpace=wrap;align=left;verticalAlign=middle;fontSize=10.5;fontColor=#BE185D;fontStyle=1;" value="조치(HITL):" vertex="1">
          <mxGeometry height="20" width="120" x="372" y="740" as="geometry" />
        </mxCell>
        <mxCell id="SFN2" parent="1" style="rounded=1;whiteSpace=wrap;html=1;fillColor=#FFFFFF;strokeColor=#FBCFE8;fontColor=#0F172A;fontSize=9;align=left;spacingLeft=6;" value="🔀 Step Functions&#xa;console-backend가 승인 시 StartExecution" vertex="1">
          <mxGeometry height="40" width="168" x="500" y="758" as="geometry" />
        </mxCell>
        <mxCell id="HITL_VPC_BOX" parent="1" style="rounded=0;whiteSpace=wrap;html=1;fillColor=none;strokeColor=#A855F7;strokeWidth=1.4;dashed=1;dashPattern=7 5;" value="" vertex="1">
          <mxGeometry height="56" width="220" x="678" y="750" as="geometry" />
        </mxCell>
        <mxCell id="REMED2" parent="1" style="rounded=1;whiteSpace=wrap;html=1;fillColor=#FFFFFF;strokeColor=#FECACA;fontColor=#0F172A;fontSize=9;align=left;spacingLeft=6;" value="⚡ remediation λ&#xa;S3 SSE·ECR scan(드리프트0)·S3 block·SG·IAM" vertex="1">
          <mxGeometry height="40" width="200" x="688" y="758" as="geometry" />
        </mxCell>
        <mxCell id="AUDIT2" parent="1" style="rounded=1;whiteSpace=wrap;html=1;fillColor=#FFFFFF;strokeColor=#BBF7D0;fontColor=#0F172A;fontSize=9;align=left;spacingLeft=6;" value="🔒 감사(Object Lock)&#xa;불변 기록 + 수정→소멸" vertex="1">
          <mxGeometry height="40" width="168" x="908" y="758" as="geometry" />
        </mxCell>
        <mxCell id="e_h1" edge="1" parent="1" source="SFN2" style="edgeStyle=orthogonalEdgeStyle;rounded=1;html=1;endArrow=block;strokeColor=#475569;" target="REMED2">
          <mxGeometry relative="1" as="geometry" />
        </mxCell>
        <mxCell id="e_h2" edge="1" parent="1" source="REMED2" style="edgeStyle=orthogonalEdgeStyle;rounded=1;html=1;endArrow=block;strokeColor=#475569;" target="AUDIT2">
          <mxGeometry relative="1" as="geometry" />
        </mxCell>
        <mxCell id="HITL_NOTE" parent="1" style="text;html=1;whiteSpace=wrap;align=left;verticalAlign=middle;fontSize=9.5;fontColor=#0E9F6E;fontStyle=1;" value="✅ 실검증: 클릭→SFn SUCCEEDED→remediated→점수↑ · terraform drift 0" vertex="1">
          <mxGeometry height="32" width="470" x="1096" y="762" as="geometry" />
        </mxCell>
        <mxCell id="Z_SCAN" parent="1" style="rounded=1;arcSize=2;whiteSpace=wrap;html=1;fillColor=#FEF2F2;strokeColor=#DC2626;strokeWidth=1.5;verticalAlign=top;align=left;spacingLeft=14;spacingTop=6;fontStyle=1;fontSize=13;fontColor=#B91C1C;" value="🔍 스캐너 — CNAPP 6기둥 (계정을 read-only로 스캔 · agentless)" vertex="1">
          <mxGeometry height="264" width="604" x="1612" y="88" as="geometry" />
        </mxCell>
        <mxCell id="S_CSPM" parent="1" style="rounded=1;whiteSpace=wrap;html=1;fillColor=#FFFFFF;strokeColor=#FECACA;fontColor=#0F172A;fontSize=9.5;align=left;spacingLeft=8;" value="CSPM (설정)&#xa;Config · Security Hub · Prowler(AWS+Azure)" vertex="1">
          <mxGeometry height="42" width="284" x="1628" y="130" as="geometry" />
        </mxCell>
        <mxCell id="S_VULN" parent="1" style="rounded=1;whiteSpace=wrap;html=1;fillColor=#FFFFFF;strokeColor=#FECACA;fontColor=#0F172A;fontSize=9.5;align=left;spacingLeft=8;" value="취약점 (CVE)&#xa;Trivy · Inspector(Security Hub 통합)" vertex="1">
          <mxGeometry height="42" width="284" x="1920" y="130" as="geometry" />
        </mxCell>
        <mxCell id="S_CIEM" parent="1" style="rounded=1;whiteSpace=wrap;html=1;fillColor=#FFFFFF;strokeColor=#FECACA;fontColor=#0F172A;fontSize=9.5;align=left;spacingLeft=8;" value="CIEM (권한)&#xa;IAM Access Analyzer · Entra(Prowler)" vertex="1">
          <mxGeometry height="42" width="284" x="1628" y="180" as="geometry" />
        </mxCell>
        <mxCell id="S_KSPM" parent="1" style="rounded=1;whiteSpace=wrap;html=1;fillColor=#FFFFFF;strokeColor=#FECACA;fontColor=#0F172A;fontSize=9.5;align=left;spacingLeft=8;" value="KSPM (K8s)&#xa;kube-bench (in-cluster Job)" vertex="1">
          <mxGeometry height="42" width="284" x="1920" y="180" as="geometry" />
        </mxCell>
        <mxCell id="S_DATA" parent="1" style="rounded=1;whiteSpace=wrap;html=1;fillColor=#FFFFFF;strokeColor=#FECACA;fontColor=#0F172A;fontSize=9.5;align=left;spacingLeft=8;" value="데이터 (DSPM)&#xa;Macie — S3 PII 탐지(AWS 전용)" vertex="1">
          <mxGeometry height="42" width="284" x="1628" y="230" as="geometry" />
        </mxCell>
-         <mxCell id="S_ATTACKPATH" parent="1" style="rounded=1;whiteSpace=wrap;html=1;fillColor=#FFFFFF;strokeColor=#FBCFE8;fontColor=#0F172A;fontSize=9.5;align=left;spacingLeft=8;" value="attack-path (상관)&#xa;커스텀 엔진 R1~R5 · 2-pass" vertex="1">
+         <mxCell id="S_ATTACKPATH" parent="1" style="rounded=1;whiteSpace=wrap;html=1;fillColor=#FFFFFF;strokeColor=#FBCFE8;fontColor=#0F172A;fontSize=9.5;align=left;spacingLeft=8;" value="attack-path (상관)&#xa;커스텀 엔진 · 규칙 상관 · 2-pass" vertex="1">
          <mxGeometry height="42" width="284" x="1920" y="230" as="geometry" />
        </mxCell>
        <mxCell id="SCAN_NOTE1" parent="1" style="text;html=1;whiteSpace=wrap;align=left;verticalAlign=middle;fontSize=9;fontColor=#94A3B8;" value="Shift-Left: CI에서 Checkov/OPA(IaC)·Trivy(이미지) — 빌드 단계 차단" vertex="1">
          <mxGeometry height="18" width="576" x="1628" y="286" as="geometry" />
        </mxCell>
        <mxCell id="SCAN_NOTE2" parent="1" style="text;html=1;whiteSpace=wrap;align=left;verticalAlign=middle;fontSize=9;fontColor=#94A3B8;" value="GitHub Actions cron: prowler-scan · access-analyzer-scan(자동 실 스캔)" vertex="1">
          <mxGeometry height="18" width="576" x="1628" y="304" as="geometry" />
        </mxCell>
        <mxCell id="SCAN_NOTE3" parent="1" style="text;html=1;whiteSpace=wrap;align=left;verticalAlign=middle;fontSize=9;fontColor=#DC2626;fontStyle=1;" value="→ 모든 finding은 EventBridge로 흘러 정규화 파이프라인에 합류" vertex="1">
          <mxGeometry height="20" width="576" x="1628" y="326" as="geometry" />
        </mxCell>
        <mxCell id="Z_AZURE" parent="1" style="rounded=1;arcSize=3;whiteSpace=wrap;html=1;fillColor=#EFF6FF;strokeColor=#0078D4;strokeWidth=1.5;verticalAlign=top;align=left;spacingLeft=14;spacingTop=6;fontStyle=1;fontSize=13;fontColor=#075985;" value="☁️ Azure = 신원의 주인 (Entra ID)" vertex="1">
          <mxGeometry height="300" width="296" x="1612" y="366" as="geometry" />
        </mxCell>
        <mxCell id="ENTRA2" parent="1" style="rounded=1;whiteSpace=wrap;html=1;fillColor=#FFFFFF;strokeColor=#BAE6FD;fontColor=#0F172A;fontSize=9.5;align=left;spacingLeft=8;" value="🆔 Entra ID 테넌트&#xa;cnappagentic.onmicrosoft.com" vertex="1">
          <mxGeometry height="40" width="268" x="1626" y="402" as="geometry" />
        </mxCell>
        <mxCell id="APPREG2" parent="1" style="rounded=1;whiteSpace=wrap;html=1;fillColor=#FFFFFF;strokeColor=#BAE6FD;fontColor=#0F172A;fontSize=9.5;align=left;spacingLeft=8;" value="🧩 App Reg: overpriv-app&#xa;f8 과도권한 · f16 장기 cred" vertex="1">
          <mxGeometry height="40" width="268" x="1626" y="448" as="geometry" />
        </mxCell>
        <mxCell id="ORDERSP" parent="1" style="rounded=1;whiteSpace=wrap;html=1;fillColor=#FEF2F2;strokeColor=#DC2626;strokeWidth=1.6;fontColor=#991B1B;fontStyle=1;fontSize=9.5;align=left;spacingLeft=8;" value="🔑 order-sp (SP) ⚠️&#xa;f5: 평문으로 AWS에 유출될 cred" vertex="1">
          <mxGeometry height="40" width="268" x="1626" y="494" as="geometry" />
        </mxCell>
        <mxCell id="e_crosscloud" edge="1" parent="1" source="POD_ORDER" target="ORDERSP" value="f5 크레덴셜 탈취 → 크로스클라우드" style="edgeStyle=orthogonalEdgeStyle;rounded=1;html=1;endArrow=block;dashed=1;dashPattern=6 3;strokeColor=#DC2626;strokeWidth=2.2;fontSize=9;fontColor=#DC2626;fontStyle=1;exitX=1;exitY=0.5;exitDx=0;exitDy=0;entryX=0;entryY=0.5;entryDx=0;entryDy=0;">
          <mxGeometry relative="1" as="geometry" />
        </mxCell>
        <mxCell id="SAMLIDP" parent="1" style="rounded=1;whiteSpace=wrap;html=1;fillColor=#FFFFFF;strokeColor=#BAE6FD;fontColor=#0F172A;fontSize=9.5;align=left;spacingLeft=8;" value="🎫 SAML IdP → Cognito&#xa;SSO 페더레이션(그룹 GUID 클레임)" vertex="1">
          <mxGeometry height="40" width="268" x="1626" y="540" as="geometry" />
        </mxCell>
        <mxCell id="DEFENDER_EXCL" parent="1" style="rounded=1;whiteSpace=wrap;html=1;fillColor=#FFFFFF;strokeColor=#BAE6FD;fontColor=#0F172A;fontSize=9;fontStyle=1;align=left;spacingLeft=8;" value="🚫 Defender for Cloud 미사용&#xa;Azure 실 리소스 0개 — 신원(Entra)만 대상" vertex="1">
          <mxGeometry height="34" width="268" x="1626" y="586" as="geometry" />
        </mxCell>
        <mxCell id="AZURE_NOTE" parent="1" style="text;html=1;whiteSpace=wrap;align=left;verticalAlign=middle;fontSize=9;fontColor=#94A3B8;" value="데이터는 Azure에 두지 않음 — 신원만. Prowler entra_* + SP는 키리스(OIDC)" vertex="1">
          <mxGeometry height="30" width="268" x="1626" y="628" as="geometry" />
        </mxCell>
        <mxCell id="e_saml" edge="1" parent="1" source="SAMLIDP" style="edgeStyle=none;rounded=0;html=1;endArrow=block;dashed=1;strokeColor=#2563EB;fontSize=9;fontColor=#2563EB;" target="COG" value="SAML">
          <mxGeometry relative="1" as="geometry" />
        </mxCell>
        <mxCell id="Z_GOV" parent="1" style="rounded=1;arcSize=2;whiteSpace=wrap;html=1;fillColor=#F8FAFC;strokeColor=#475569;strokeWidth=1.4;verticalAlign=top;align=left;spacingLeft=14;spacingTop=6;fontStyle=1;fontSize=13;fontColor=#334155;" value="🔒 거버넌스 · 키리스 원칙" vertex="1">
          <mxGeometry height="150" width="604" x="1612" y="682" as="geometry" />
        </mxCell>
        <mxCell id="G1" parent="1" style="rounded=1;whiteSpace=wrap;html=1;fillColor=#FFFFFF;strokeColor=#CBD5E1;fontColor=#0F172A;fontSize=9;align=left;spacingLeft=8;verticalAlign=middle;" value="✅ read-only first — Evidence allowlist 2중 강제" vertex="1">
          <mxGeometry height="30" width="284" x="1628" y="720" as="geometry" />
        </mxCell>
        <mxCell id="G2" parent="1" style="rounded=1;whiteSpace=wrap;html=1;fillColor=#FFFFFF;strokeColor=#CBD5E1;fontColor=#0F172A;fontSize=9;align=left;spacingLeft=8;verticalAlign=middle;" value="✅ HITL — 변경은 Step Functions 승인 경로만" vertex="1">
          <mxGeometry height="30" width="284" x="1920" y="720" as="geometry" />
        </mxCell>
        <mxCell id="G3" parent="1" style="rounded=1;whiteSpace=wrap;html=1;fillColor=#FFFFFF;strokeColor=#CBD5E1;fontColor=#0F172A;fontSize=9;align=left;spacingLeft=8;verticalAlign=middle;" value="✅ 불변 감사 — S3 Object Lock" vertex="1">
          <mxGeometry height="30" width="284" x="1628" y="756" as="geometry" />
        </mxCell>
        <mxCell id="G4" parent="1" style="rounded=1;whiteSpace=wrap;html=1;fillColor=#FFFFFF;strokeColor=#CBD5E1;fontColor=#0F172A;fontSize=9;align=left;spacingLeft=8;verticalAlign=middle;" value="✅ WAF — CloudFront 앞단 L7 방어" vertex="1">
          <mxGeometry height="30" width="284" x="1920" y="756" as="geometry" />
        </mxCell>
        <mxCell id="G5" parent="1" style="rounded=1;whiteSpace=wrap;html=1;fillColor=#FFFFFF;strokeColor=#CBD5E1;fontColor=#0F172A;fontSize=9;align=left;spacingLeft=8;verticalAlign=middle;" value="✅ 최소권한 — IRSA · 격상 역할 분리" vertex="1">
          <mxGeometry height="30" width="284" x="1628" y="792" as="geometry" />
        </mxCell>
        <mxCell id="G6" parent="1" style="rounded=1;whiteSpace=wrap;html=1;fillColor=#FFFFFF;strokeColor=#CBD5E1;fontColor=#0F172A;fontSize=9;align=left;spacingLeft=8;verticalAlign=middle;" value="🚫 Organizations/IdentityCenter 미사용" vertex="1">
          <mxGeometry height="30" width="284" x="1920" y="792" as="geometry" />
        </mxCell>
        <mxCell id="Z_GOLDEN" parent="1" style="rounded=1;arcSize=1;whiteSpace=wrap;html=1;fillColor=#FFF1F2;strokeColor=#E11D48;strokeWidth=2;" value="" vertex="1">
          <mxGeometry height="150" width="2192" x="24" y="884" as="geometry" />
        </mxCell>
        <mxCell id="GOLDEN_TITLE" parent="1" style="text;html=1;whiteSpace=wrap;align=left;verticalAlign=middle;fontSize=15;fontStyle=1;fontColor=#BE123C;" value="❤️ 골든 크로스클라우드 attack-path" vertex="1">
          <mxGeometry height="26" width="500" x="40" y="892" as="geometry" />
        </mxCell>
        <mxCell id="GOLDEN_SUB" parent="1" style="text;html=1;whiteSpace=wrap;align=left;verticalAlign=middle;fontSize=10.5;fontColor=#9F1239;" value="개별로는 중위험인 finding들이 하나의 &#39;신원 탈취&#39; 경로로 엮임(독성 조합). MVP=분석·시각화, 실제 횡단은 보너스." vertex="1">
          <mxGeometry height="20" width="900" x="500" y="894" as="geometry" />
        </mxCell>
        <mxCell id="GOLDEN_BOUND" parent="1" style="text;html=1;whiteSpace=wrap;align=left;verticalAlign=middle;fontSize=10;fontStyle=1;fontColor=#2563EB;" value="⚡ ③→④ = 크로스클라우드 경계(credential_theft)" vertex="1">
          <mxGeometry height="20" width="400" x="1470" y="894" as="geometry" />
        </mxCell>
        <mxCell id="G_S1" parent="1" style="rounded=1;whiteSpace=wrap;html=1;fillColor=#FFF7ED;strokeColor=#F59E0B;strokeWidth=1.3;fontColor=#7C2D12;fontSize=10;align=left;spacingLeft=10;spacingTop=4;" value="① 워크로드 침투 (AWS)&#xa;product 취약 이미지(f1 KEV) → 컨테이너 장악&#xa;f2 privileged 로 노드 측면 이동&#xa;n1: aws:eks_pod:shop/product" vertex="1">
          <mxGeometry height="92" width="470" x="40" y="924" as="geometry" />
        </mxCell>
        <mxCell id="G_S2" parent="1" style="rounded=1;whiteSpace=wrap;html=1;fillColor=#FFF7ED;strokeColor=#F59E0B;strokeWidth=1.3;fontColor=#7C2D12;fontSize=10;align=left;spacingLeft=10;spacingTop=4;" value="② 자격증명 발견 (AWS)&#xa;order 과도 IRSA(f4) + 평문 Azure SP&#xa;cred(f5) 를 코드/시크릿에서 획득&#xa;n2·n3: iam_role · secret_plaintext" vertex="1">
          <mxGeometry height="92" width="470" x="546" y="924" as="geometry" />
        </mxCell>
        <mxCell id="G_S3" parent="1" style="rounded=1;whiteSpace=wrap;html=1;fillColor=#FFF7ED;strokeColor=#F59E0B;strokeWidth=1.3;fontColor=#7C2D12;fontSize=10;align=left;spacingLeft=10;spacingTop=4;" value="③ 데이터 탈취 (AWS)&#xa;member 공개 S3(f6)에서 회원 PII(f7) 탈취&#xa;Macie가 미리 탐지한 미끼&#xa;n1&#39;: aws:s3_bucket:member-pii" vertex="1">
          <mxGeometry height="92" width="470" x="1052" y="924" as="geometry" />
        </mxCell>
        <mxCell id="G_S4" parent="1" style="rounded=1;whiteSpace=wrap;html=1;fillColor=#EFF6FF;strokeColor=#0078D4;strokeWidth=1.5;fontColor=#0C4A6E;fontSize=10;align=left;spacingLeft=10;spacingTop=4;" value="④ 신원 장악 (Azure Entra) — 디렉터리 전체 통제&#xa;탈취한 Azure SP cred 로 Entra 과도권한 App(f8) 장악&#xa;Directory.ReadWrite.All 로 테넌트 신원 통제권 획득&#xa;n4·n5: azure service_principal · app_registration" vertex="1">
          <mxGeometry height="92" width="620" x="1596" y="924" as="geometry" />
        </mxCell>
        <mxCell id="e_g1" edge="1" parent="1" source="G_S1" style="edgeStyle=none;rounded=0;html=1;endArrow=block;strokeColor=#E11D48;strokeWidth=2;" target="G_S2">
          <mxGeometry relative="1" as="geometry" />
        </mxCell>
        <mxCell id="e_g2" edge="1" parent="1" source="G_S2" style="edgeStyle=none;rounded=0;html=1;endArrow=block;strokeColor=#E11D48;strokeWidth=2;" target="G_S3">
          <mxGeometry relative="1" as="geometry" />
        </mxCell>
        <mxCell id="e_g3" edge="1" parent="1" source="G_S3" style="edgeStyle=none;rounded=0;html=1;endArrow=block;strokeColor=#2563EB;strokeWidth=2.5;" target="G_S4">
          <mxGeometry relative="1" as="geometry" />
        </mxCell>
        <mxCell id="e_scan_flow" edge="1" parent="1" source="Z_SCAN" style="edgeStyle=none;rounded=0;html=1;endArrow=block;dashed=1;strokeColor=#DC2626;opacity=55;" target="EB2">
          <mxGeometry relative="1" as="geometry" />
        </mxCell>
        <mxCell id="Z_MON2" parent="1" style="rounded=1;arcSize=1;whiteSpace=wrap;html=1;fillColor=#FFFBEB;strokeColor=#D97706;strokeWidth=1.6;verticalAlign=top;align=left;spacingLeft=16;spacingTop=8;fontStyle=1;fontSize=14;fontColor=#92400E;" value="📊 관측 · 보안 (Monitoring)" vertex="1">
          <mxGeometry height="132" width="2192" x="24" y="1054" as="geometry" />
        </mxCell>
        <mxCell id="M_CW" parent="1" style="rounded=1;whiteSpace=wrap;html=1;fillColor=#FFFFFF;strokeColor=#FDE68A;fontColor=#0F172A;fontSize=9.5;align=left;spacingLeft=8;" value="📈 CloudWatch&#xa;대시보드24위젯·알람7종·WAF 차단지표" vertex="1">
          <mxGeometry height="46" width="340" x="40" y="1090" as="geometry" />
        </mxCell>
        <mxCell id="M_XRAY" parent="1" style="rounded=1;whiteSpace=wrap;html=1;fillColor=#FFFFFF;strokeColor=#FDE68A;fontColor=#0F172A;fontSize=9.5;align=left;spacingLeft=8;" value="🩻 X-Ray&#xa;5λ 분산추적 · SQS=links·EventBridge=병합" vertex="1">
          <mxGeometry height="46" width="340" x="396" y="1090" as="geometry" />
        </mxCell>
        <mxCell id="M_CT" parent="1" style="rounded=1;whiteSpace=wrap;html=1;fillColor=#FFFFFF;strokeColor=#FDE68A;fontColor=#0F172A;fontSize=9.5;align=left;spacingLeft=8;" value="📜 CloudTrail&#xa;관리 이벤트 전량 감사" vertex="1">
          <mxGeometry height="46" width="340" x="752" y="1090" as="geometry" />
        </mxCell>
        <mxCell id="M_GRAF" parent="1" style="rounded=1;whiteSpace=wrap;html=1;fillColor=#FFFFFF;strokeColor=#FDE68A;fontColor=#0F172A;fontSize=9.5;align=left;spacingLeft=8;" value="📊 Grafana (on EKS)&#xa;CW·Prometheus·Postgres·X-Ray 4소스" vertex="1">
          <mxGeometry height="46" width="340" x="1108" y="1090" as="geometry" />
        </mxCell>
        <mxCell id="M_TEAMS" parent="1" style="rounded=1;whiteSpace=wrap;html=1;fillColor=#FFFFFF;strokeColor=#FDE68A;fontColor=#0F172A;fontSize=9.5;align=left;spacingLeft=8;" value="💬 Microsoft Teams&#xa;alerts·cost·login 채널 알림" vertex="1">
          <mxGeometry height="46" width="340" x="1464" y="1090" as="geometry" />
        </mxCell>
        <mxCell id="M_GHA" parent="1" style="rounded=1;whiteSpace=wrap;html=1;fillColor=#FFFFFF;strokeColor=#FDE68A;fontColor=#0F172A;fontSize=9.5;align=left;spacingLeft=8;" value="🤖 GitHub Actions cron&#xa;live-health-canary(합성 모니터링,20분) 등" vertex="1">
          <mxGeometry height="46" width="376" x="1820" y="1090" as="geometry" />
        </mxCell>
        <mxCell id="MON_NOTE" parent="1" style="text;html=1;whiteSpace=wrap;align=left;verticalAlign=middle;fontSize=9.5;fontColor=#B45309;" value="💡 리소스 에러 0인데 사용자 관점 고장(Cognito 드리프트 등)은 CloudWatch가 못 잡음 — live-health-canary가 실 SPA·API를 직접 curl해서 보완" vertex="1">
          <mxGeometry height="20" width="1600" x="40" y="1160" as="geometry" />
        </mxCell>
        <mxCell id="LEG1" parent="1" style="text;html=1;align=left;verticalAlign=middle;fontSize=10;fontColor=#475569;" value="컴퓨트(EKS·λ·EC2)" vertex="1">
          <mxGeometry height="18" width="160" x="60" y="1210" as="geometry" />
        </mxCell>
        <mxCell id="LEG1SW" parent="1" style="rounded=0;whiteSpace=wrap;html=1;fillColor=#ED7100;strokeColor=none;" value="" vertex="1">
          <mxGeometry height="14" width="14" x="40" y="1212" as="geometry" />
        </mxCell>
        <mxCell id="LEG2" parent="1" style="text;html=1;align=left;verticalAlign=middle;fontSize=10;fontColor=#475569;" value="데이터베이스(RDS·pgvector)" vertex="1">
          <mxGeometry height="18" width="200" x="220" y="1210" as="geometry" />
        </mxCell>
        <mxCell id="LEG2SW" parent="1" style="rounded=0;whiteSpace=wrap;html=1;fillColor=#3334B9;strokeColor=none;" value="" vertex="1">
          <mxGeometry height="14" width="14" x="200" y="1212" as="geometry" />
        </mxCell>
        <mxCell id="LEG3" parent="1" style="text;html=1;align=left;verticalAlign=middle;fontSize=10;fontColor=#475569;" value="스토리지(S3)" vertex="1">
          <mxGeometry height="18" width="120" x="440" y="1210" as="geometry" />
        </mxCell>
        <mxCell id="LEG3SW" parent="1" style="rounded=0;whiteSpace=wrap;html=1;fillColor=#569A31;strokeColor=none;" value="" vertex="1">
          <mxGeometry height="14" width="14" x="420" y="1212" as="geometry" />
        </mxCell>
        <mxCell id="LEG4" parent="1" style="text;html=1;align=left;verticalAlign=middle;fontSize=10;fontColor=#475569;" value="네트워크(VPC·ALB·CF)" vertex="1">
          <mxGeometry height="18" width="170" x="580" y="1210" as="geometry" />
        </mxCell>
        <mxCell id="LEG4SW" parent="1" style="rounded=0;whiteSpace=wrap;html=1;fillColor=#8C4FFF;strokeColor=none;" value="" vertex="1">
          <mxGeometry height="14" width="14" x="560" y="1212" as="geometry" />
        </mxCell>
        <mxCell id="LEG5" parent="1" style="text;html=1;align=left;verticalAlign=middle;fontSize=10;fontColor=#475569;" value="보안(스캐너·IAM·WAF·Cognito)" vertex="1">
          <mxGeometry height="18" width="220" x="790" y="1210" as="geometry" />
        </mxCell>
        <mxCell id="LEG5SW" parent="1" style="rounded=0;whiteSpace=wrap;html=1;fillColor=#DD344C;strokeColor=none;" value="" vertex="1">
          <mxGeometry height="14" width="14" x="770" y="1212" as="geometry" />
        </mxCell>
        <mxCell id="LEG6" parent="1" style="text;html=1;align=left;verticalAlign=middle;fontSize=10;fontColor=#475569;" value="통합(EventBridge·SQS·SFn)" vertex="1">
          <mxGeometry height="18" width="200" x="1030" y="1210" as="geometry" />
        </mxCell>
        <mxCell id="LEG6SW" parent="1" style="rounded=0;whiteSpace=wrap;html=1;fillColor=#E7157B;strokeColor=none;" value="" vertex="1">
          <mxGeometry height="14" width="14" x="1010" y="1212" as="geometry" />
        </mxCell>
        <mxCell id="LEG7" parent="1" style="text;html=1;align=left;verticalAlign=middle;fontSize=10;fontColor=#475569;" value="AI(Bedrock·RAG)" vertex="1">
          <mxGeometry height="18" width="150" x="1230" y="1210" as="geometry" />
        </mxCell>
        <mxCell id="LEG7SW" parent="1" style="rounded=0;whiteSpace=wrap;html=1;fillColor=#01A88D;strokeColor=none;" value="" vertex="1">
          <mxGeometry height="14" width="14" x="1210" y="1212" as="geometry" />
        </mxCell>
        <mxCell id="LEG8" parent="1" style="text;html=1;align=left;verticalAlign=middle;fontSize=10;fontColor=#475569;" value="Azure(Entra)" vertex="1">
          <mxGeometry height="18" width="120" x="1380" y="1210" as="geometry" />
        </mxCell>
        <mxCell id="LEG8SW" parent="1" style="rounded=0;whiteSpace=wrap;html=1;fillColor=#0078D4;strokeColor=none;" value="" vertex="1">
          <mxGeometry height="14" width="14" x="1360" y="1212" as="geometry" />
        </mxCell>
        <mxCell id="LEG10" parent="1" style="text;html=1;align=left;verticalAlign=middle;fontSize=10;fontColor=#DC2626;" value="━ 결함/공격 흐름" vertex="1">
          <mxGeometry height="18" width="150" x="1790" y="1210" as="geometry" />
        </mxCell>
        <mxCell id="LEG11" parent="1" style="text;html=1;align=left;verticalAlign=middle;fontSize=10;fontColor=#0E9F6E;" value="━ 에이전틱(tool-use)" vertex="1">
          <mxGeometry height="18" width="180" x="1950" y="1210" as="geometry" />
        </mxCell>
        <mxCell id="LEG_FOOT" parent="1" style="text;html=1;align=left;verticalAlign=middle;fontSize=10;fontColor=#94A3B8;" value="f1~f8 = 의도적 결함(target-app-design) · 2026-07-09 기준 — 라이브 실측 반영" vertex="1">
          <mxGeometry height="18" width="700" x="40" y="1234" as="geometry" />
        </mxCell>
      </root>
    </mxGraphModel>
  </diagram>
</mxfile>
